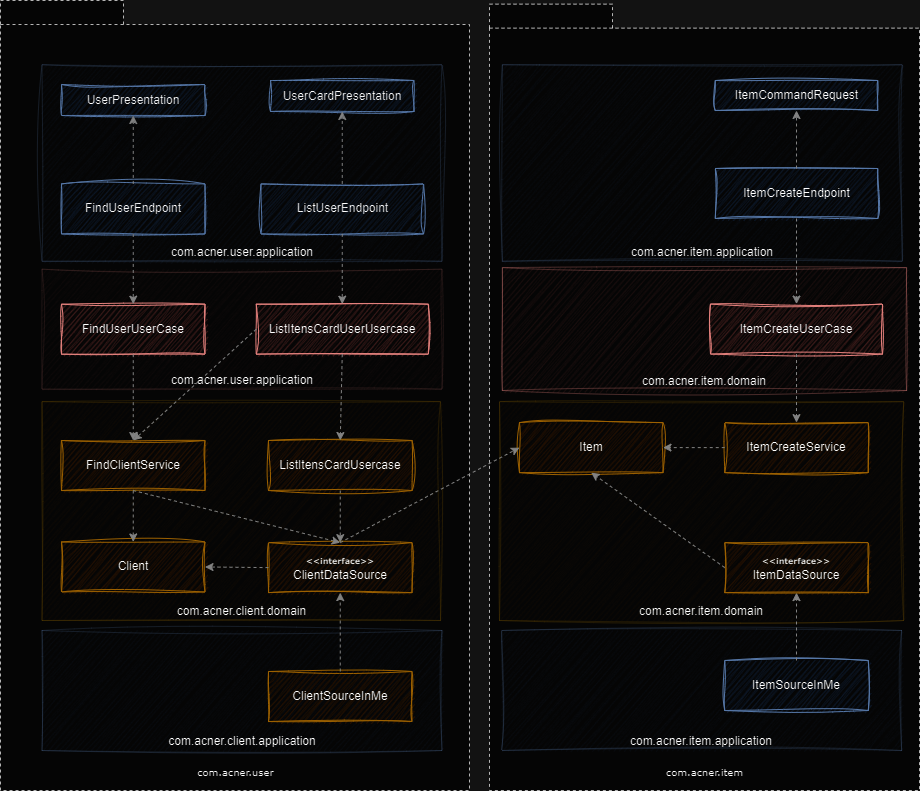
Earlier version of the draw.io export docs/diagram.png (marcos-pereira-jr/arch-modules-vertical). Source tidied: cells renumbered, new cells last; positions are measured from the earlier drawing's top-left corner, leaving out a move shared by most shapes.
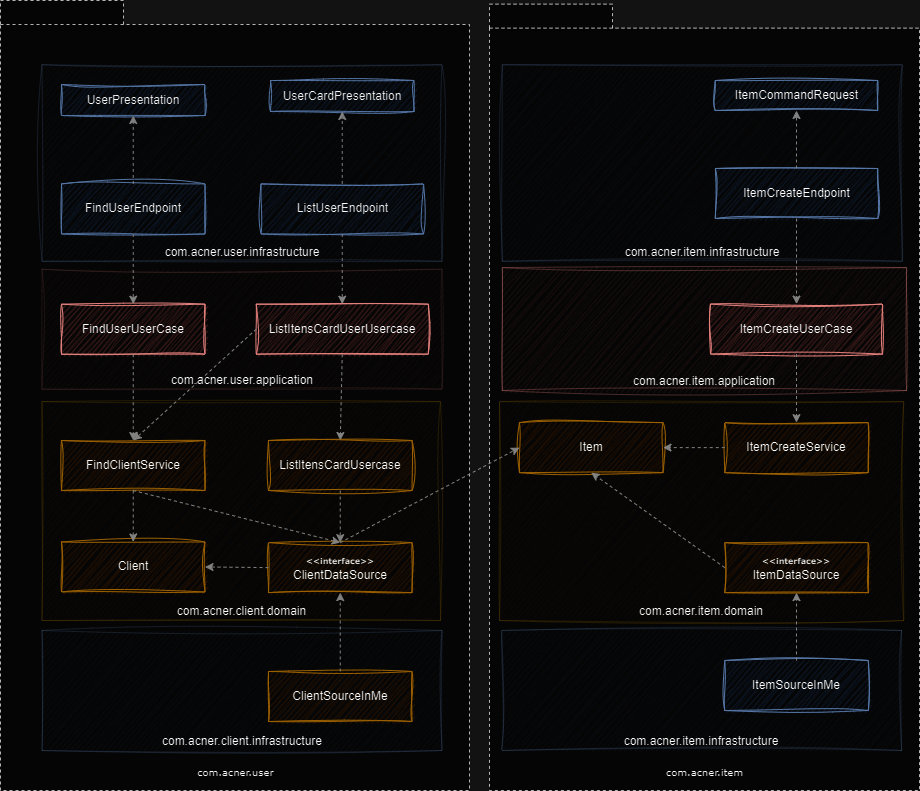
After the change.

The edit, as a diff of the source:
```diff
@@ -5,19 +5,19 @@
     <mxCell id="2" value="&lt;br&gt;&lt;br&gt;&lt;br&gt;&lt;br&gt;&lt;br&gt;&lt;br&gt;&lt;br&gt;&lt;br&gt;&lt;br&gt;&lt;br&gt;&lt;br&gt;&lt;br&gt;&lt;br&gt;&lt;br&gt;&lt;br&gt;&lt;br&gt;&lt;br&gt;&lt;br&gt;&lt;br&gt;&lt;br&gt;&lt;br&gt;&lt;br&gt;&lt;br&gt;&lt;br&gt;&lt;br&gt;&lt;br&gt;&lt;br&gt;&lt;br&gt;&lt;br&gt;&lt;br&gt;&lt;br&gt;&lt;br&gt;&lt;br&gt;&lt;br&gt;&lt;br&gt;&lt;br&gt;&lt;br&gt;&lt;br&gt;&lt;br&gt;&lt;br&gt;&lt;br&gt;&lt;br&gt;&lt;br&gt;&lt;br&gt;&lt;br&gt;&lt;br&gt;&lt;br&gt;&lt;br&gt;&lt;br&gt;&lt;br&gt;&lt;br&gt;&lt;br&gt;&lt;br&gt;&lt;br&gt;&lt;br&gt;&lt;br&gt;&lt;br&gt;&lt;br&gt;&lt;br&gt;&lt;span style=&quot;font-weight: normal;&quot;&gt;com.acner.item&lt;/span&gt;&lt;br&gt;&lt;p style=&quot;line-height: 100%;&quot;&gt;&lt;/p&gt;&lt;div style=&quot;text-align: justify;&quot;&gt;&lt;/div&gt;&lt;p&gt;&lt;/p&gt;" style="shape=folder;fontStyle=1;spacingTop=10;tabWidth=123;tabHeight=24;tabPosition=left;html=1;rounded=0;shadow=0;comic=0;labelBackgroundColor=none;strokeWidth=1;fontFamily=Verdana;fontSize=10;align=center;verticalAlign=bottom;dashed=1;opacity=70;" parent="1" vertex="1">
       <mxGeometry x="489" y="3.6" width="430" height="786.4" as="geometry" />
     </mxCell>
-    <mxCell id="3" value="com.acner.item.application" style="rounded=0;whiteSpace=wrap;html=1;fillStyle=auto;shadow=0;glass=0;sketch=1;curveFitting=1;jiggle=2;fillColor=#dae8fc;strokeColor=#6c8ebf;verticalAlign=bottom;opacity=20;" parent="1" vertex="1">
+    <mxCell id="3" value="com.acner.item.infrastructure" style="rounded=0;whiteSpace=wrap;html=1;fillStyle=auto;shadow=0;glass=0;sketch=1;curveFitting=1;jiggle=2;fillColor=#dae8fc;strokeColor=#6c8ebf;verticalAlign=bottom;opacity=20;" parent="1" vertex="1">
       <mxGeometry x="501.1" y="630" width="400" height="120" as="geometry" />
     </mxCell>
-    <mxCell id="4" value="com.acner.item.application" style="rounded=0;whiteSpace=wrap;html=1;fillStyle=auto;shadow=0;glass=0;sketch=1;curveFitting=1;jiggle=2;fillColor=#dae8fc;strokeColor=#6c8ebf;verticalAlign=bottom;opacity=20;" parent="1" vertex="1">
+    <mxCell id="4" value="com.acner.item.infrastructure" style="rounded=0;whiteSpace=wrap;html=1;fillStyle=auto;shadow=0;glass=0;sketch=1;curveFitting=1;jiggle=2;fillColor=#dae8fc;strokeColor=#6c8ebf;verticalAlign=bottom;opacity=20;" parent="1" vertex="1">
       <mxGeometry x="501.9" y="64.2" width="400" height="196.6" as="geometry" />
     </mxCell>
     <mxCell id="5" value="&lt;br&gt;&lt;br&gt;&lt;br&gt;&lt;br&gt;&lt;br&gt;&lt;br&gt;&lt;br&gt;&lt;br&gt;&lt;br&gt;&lt;br&gt;&lt;br&gt;&lt;br&gt;&lt;br&gt;&lt;br&gt;&lt;br&gt;&lt;br&gt;&lt;br&gt;&lt;br&gt;&lt;br&gt;&lt;br&gt;&lt;br&gt;&lt;br&gt;&lt;br&gt;&lt;br&gt;&lt;br&gt;&lt;br&gt;&lt;br&gt;&lt;br&gt;&lt;br&gt;&lt;br&gt;&lt;br&gt;&lt;br&gt;&lt;br&gt;&lt;br&gt;&lt;br&gt;&lt;br&gt;&lt;br&gt;&lt;br&gt;&lt;br&gt;&lt;br&gt;&lt;br&gt;&lt;br&gt;&lt;br&gt;&lt;br&gt;&lt;br&gt;&lt;br&gt;&lt;br&gt;&lt;br&gt;&lt;br&gt;&lt;br&gt;&lt;br&gt;&lt;br&gt;&lt;br&gt;&lt;br&gt;&lt;span style=&quot;font-weight: normal;&quot;&gt;com.acner.user&lt;/span&gt;&lt;br&gt;&lt;p style=&quot;line-height: 100%;&quot;&gt;&lt;/p&gt;&lt;div style=&quot;text-align: justify;&quot;&gt;&lt;/div&gt;&lt;p&gt;&lt;/p&gt;" style="shape=folder;fontStyle=1;spacingTop=10;tabWidth=123;tabHeight=24;tabPosition=left;html=1;rounded=0;shadow=0;comic=0;labelBackgroundColor=none;strokeWidth=1;fontFamily=Verdana;fontSize=10;align=center;verticalAlign=bottom;dashed=1;opacity=70;" parent="1" vertex="1">
       <mxGeometry width="469" height="790" as="geometry" />
     </mxCell>
-    <mxCell id="6" value="com.acner.client.application" style="rounded=0;whiteSpace=wrap;html=1;fillStyle=auto;shadow=0;glass=0;sketch=1;curveFitting=1;jiggle=2;fillColor=#dae8fc;strokeColor=#6c8ebf;verticalAlign=bottom;opacity=20;" parent="1" vertex="1">
+    <mxCell id="6" value="com.acner.client.infrastructure" style="rounded=0;whiteSpace=wrap;html=1;fillStyle=auto;shadow=0;glass=0;sketch=1;curveFitting=1;jiggle=2;fillColor=#dae8fc;strokeColor=#6c8ebf;verticalAlign=bottom;opacity=20;" parent="1" vertex="1">
       <mxGeometry x="41.5" y="630" width="400" height="120" as="geometry" />
     </mxCell>
-    <mxCell id="7" value="com.acner.item.domain" style="rounded=0;whiteSpace=wrap;html=1;fillStyle=auto;shadow=0;glass=0;sketch=1;curveFitting=1;jiggle=2;fillColor=#f8cecc;strokeColor=#b85450;verticalAlign=bottom;opacity=30;" parent="1" vertex="1">
+    <mxCell id="7" value="com.acner.item.application" style="rounded=0;whiteSpace=wrap;html=1;fillStyle=auto;shadow=0;glass=0;sketch=1;curveFitting=1;jiggle=2;fillColor=#f8cecc;strokeColor=#b85450;verticalAlign=bottom;opacity=30;" parent="1" vertex="1">
       <mxGeometry x="501.9" y="267.1" width="404.2" height="122.9" as="geometry" />
     </mxCell>
     <mxCell id="8" value="com.acner.item.domain" style="rounded=0;whiteSpace=wrap;html=1;fillStyle=auto;shadow=0;glass=0;sketch=1;curveFitting=1;jiggle=2;fillColor=#fff2cc;strokeColor=#d6b656;verticalAlign=bottom;opacity=30;" parent="1" vertex="1">
@@ -137,7 +137,7 @@
     <mxCell id="46" style="rounded=0;jettySize=auto;html=1;fontFamily=Verdana;fontSize=10;fontColor=default;dashed=1;strokeColor=#7D7D7D;exitX=0.5;exitY=0;exitDx=0;exitDy=0;entryX=0.5;entryY=1;entryDx=0;entryDy=0;" parent="1" edge="1" source="25" target="24">
       <mxGeometry relative="1" as="geometry" />
     </mxCell>
-    <mxCell id="47" value="com.acner.user.application" style="rounded=0;whiteSpace=wrap;html=1;fillStyle=auto;shadow=0;glass=0;sketch=1;curveFitting=1;jiggle=2;fillColor=#dae8fc;strokeColor=#6c8ebf;verticalAlign=bottom;opacity=20;" parent="1" vertex="1">
+    <mxCell id="47" value="com.acner.user.infrastructure" style="rounded=0;whiteSpace=wrap;html=1;fillStyle=auto;shadow=0;glass=0;sketch=1;curveFitting=1;jiggle=2;fillColor=#dae8fc;strokeColor=#6c8ebf;verticalAlign=bottom;opacity=20;" parent="1" vertex="1">
       <mxGeometry x="41.5" y="64.2" width="400" height="196.6" as="geometry" />
     </mxCell>
     <mxCell id="48" style="rounded=0;jettySize=auto;html=1;fontFamily=Verdana;fontSize=10;fontColor=default;dashed=1;strokeColor=#7D7D7D;entryX=0.5;entryY=0;entryDx=0;entryDy=0;exitX=0.5;exitY=1;exitDx=0;exitDy=0;" parent="1" edge="1" source="13" target="14">
```
